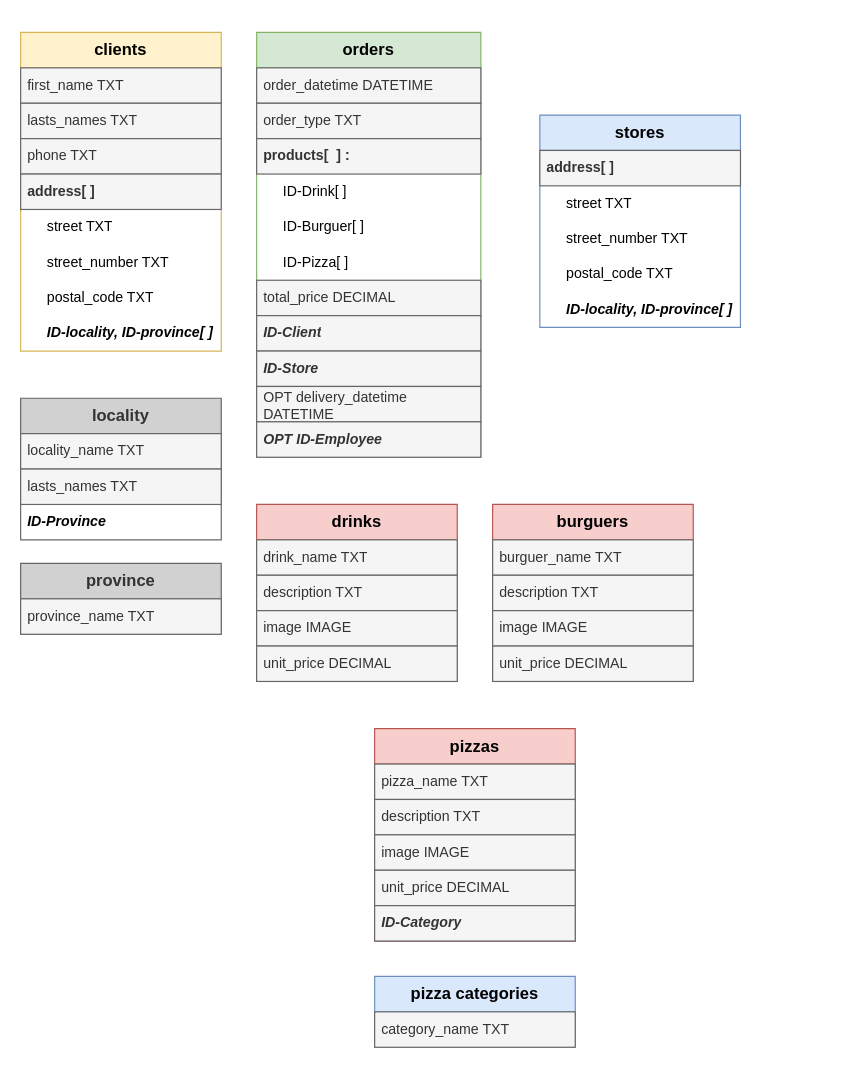
Earlier version of the draw.io diagram T3_mongodb/modelPizzeria.drawio (carlajuani/Sprint2). Source tidied: cells renumbered, new cells numbered last; positions are measured from the earlier drawing's top-left corner, leaving out a move shared by most shapes. Both pictures are drawn from the tidied source at 118%, with x=0, y=0 at pixel (20, 32).
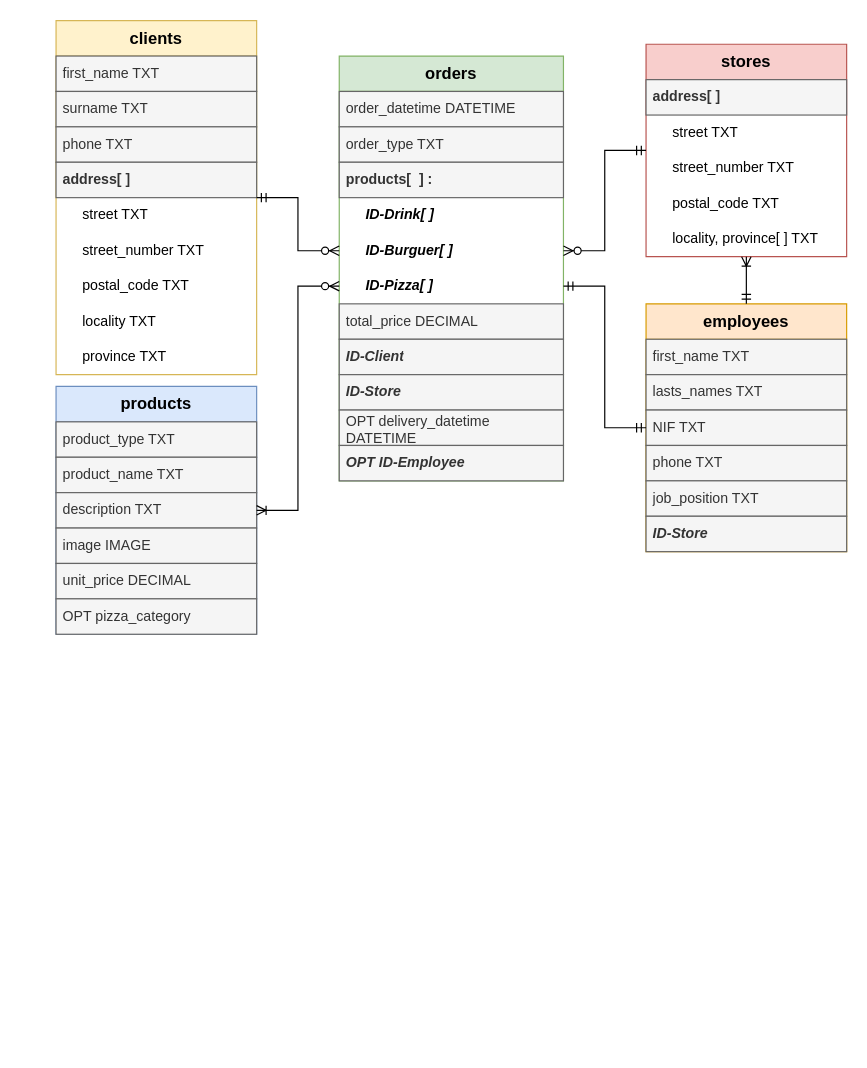
The same diagram, later.

The edit, as a diff of the source:
```diff
@@
     <mxCell id="2" value="&lt;font style=&quot;font-size: 14px;&quot;&gt;&lt;b&gt;clients&lt;/b&gt;&lt;/font&gt;" style="swimlane;fontStyle=0;horizontal=1;startSize=30;whiteSpace=wrap;html=1;fillColor=#fff2cc;strokeColor=#d6b656;" parent="1" vertex="1">
-      <mxGeometry width="170" height="270" as="geometry" />
+      <mxGeometry x="30" y="-10" width="170" height="300" as="geometry" />
     </mxCell>
@@
-    <mxCell id="4" value="&lt;div&gt;lasts_names TXT&lt;/div&gt;" style="text;strokeColor=#666666;fillColor=#f5f5f5;align=left;verticalAlign=middle;spacingLeft=4;spacingRight=4;overflow=hidden;whiteSpace=wrap;html=1;fontColor=#333333;" parent="2" vertex="1">
+    <mxCell id="4" value="&lt;div&gt;surname TXT&lt;/div&gt;" style="text;strokeColor=#666666;fillColor=#f5f5f5;align=left;verticalAlign=middle;spacingLeft=4;spacingRight=4;overflow=hidden;whiteSpace=wrap;html=1;fontColor=#333333;" parent="2" vertex="1">
       <mxGeometry y="60" width="170" height="30" as="geometry" />
     </mxCell>
@@
-    <mxCell id="10" value="&amp;nbsp;&amp;nbsp;&amp;nbsp;&amp;nbsp; &lt;i&gt;&lt;b&gt;ID-locality, ID-province[ ]&lt;/b&gt;&lt;/i&gt;" style="text;align=left;verticalAlign=middle;spacingLeft=4;spacingRight=4;overflow=hidden;whiteSpace=wrap;html=1;" parent="2" vertex="1">
+    <mxCell id="10" value="&amp;nbsp;&amp;nbsp;&amp;nbsp;&amp;nbsp; locality TXT" style="text;align=left;verticalAlign=middle;spacingLeft=4;spacingRight=4;overflow=hidden;whiteSpace=wrap;html=1;" parent="2" vertex="1">
       <mxGeometry y="240" width="170" height="30" as="geometry" />
     </mxCell>
+    <mxCell id="53" value="&amp;nbsp;&amp;nbsp;&amp;nbsp;&amp;nbsp; province TXT" style="text;align=left;verticalAlign=middle;spacingLeft=4;spacingRight=4;overflow=hidden;whiteSpace=wrap;html=1;" parent="2" vertex="1">
+      <mxGeometry y="270" width="170" height="30" as="geometry" />
+    </mxCell>
     <mxCell id="11" value="&lt;font size=&quot;1&quot;&gt;&lt;b style=&quot;font-size: 14px;&quot;&gt;orders&lt;/b&gt;&lt;/font&gt;" style="swimlane;fontStyle=0;horizontal=1;startSize=30;whiteSpace=wrap;html=1;fillColor=#d5e8d4;strokeColor=#82b366;" parent="1" vertex="1">
-      <mxGeometry x="200" width="190" height="360" as="geometry" />
+      <mxGeometry x="270" y="20" width="190" height="360" as="geometry" />
     </mxCell>
@@
-    <mxCell id="15" value="&amp;nbsp;&amp;nbsp;&amp;nbsp;&amp;nbsp; ID-Drink[ ]" style="text;align=left;verticalAlign=middle;spacingLeft=4;spacingRight=4;overflow=hidden;whiteSpace=wrap;html=1;" parent="11" vertex="1">
+    <mxCell id="15" value="&lt;b&gt;&lt;i&gt;&amp;nbsp;&amp;nbsp;&amp;nbsp;&amp;nbsp; ID-Drink[ ]&lt;/i&gt;&lt;/b&gt;" style="text;align=left;verticalAlign=middle;spacingLeft=4;spacingRight=4;overflow=hidden;whiteSpace=wrap;html=1;" parent="11" vertex="1">
       <mxGeometry y="120" width="190" height="30" as="geometry" />
     </mxCell>
-    <mxCell id="16" value="&amp;nbsp;&amp;nbsp;&amp;nbsp;&amp;nbsp; ID-Burguer[ ]" style="text;align=left;verticalAlign=middle;spacingLeft=4;spacingRight=4;overflow=hidden;points=[[0,0.5],[1,0.5]];portConstraint=eastwest;whiteSpace=wrap;html=1;" parent="11" vertex="1">
+    <mxCell id="16" value="&lt;b&gt;&lt;i&gt;&amp;nbsp;&amp;nbsp;&amp;nbsp;&amp;nbsp; ID-Burguer[ ]&lt;/i&gt;&lt;/b&gt;" style="text;align=left;verticalAlign=middle;spacingLeft=4;spacingRight=4;overflow=hidden;points=[[0,0.5],[1,0.5]];portConstraint=eastwest;whiteSpace=wrap;html=1;" parent="11" vertex="1">
       <mxGeometry y="150" width="190" height="30" as="geometry" />
     </mxCell>
-    <mxCell id="17" value="&amp;nbsp;&amp;nbsp;&amp;nbsp;&amp;nbsp; ID-Pizza[ ]" style="text;align=left;verticalAlign=middle;spacingLeft=4;spacingRight=4;overflow=hidden;points=[[0,0.5],[1,0.5]];portConstraint=eastwest;whiteSpace=wrap;html=1;" parent="11" vertex="1">
+    <mxCell id="17" value="&lt;b&gt;&lt;i&gt;&amp;nbsp;&amp;nbsp;&amp;nbsp;&amp;nbsp; ID-Pizza[ ]&lt;/i&gt;&lt;/b&gt;" style="text;align=left;verticalAlign=middle;spacingLeft=4;spacingRight=4;overflow=hidden;points=[[0,0.5],[1,0.5]];portConstraint=eastwest;whiteSpace=wrap;html=1;" parent="11" vertex="1">
       <mxGeometry y="180" width="190" height="30" as="geometry" />
     </mxCell>
@@
-    <mxCell id="23" value="&lt;font style=&quot;font-size: 14px;&quot;&gt;&lt;b&gt;locality&lt;/b&gt;&lt;/font&gt;" style="swimlane;fontStyle=0;horizontal=1;startSize=30;whiteSpace=wrap;html=1;fillColor=#D1D1D1;strokeColor=#666666;fontColor=#333333;" parent="1" vertex="1">
-      <mxGeometry y="310" width="170" height="120" as="geometry" />
-    </mxCell>
-    <mxCell id="24" value="locality_name TXT" style="text;strokeColor=#666666;fillColor=#f5f5f5;align=left;verticalAlign=middle;spacingLeft=4;spacingRight=4;overflow=hidden;whiteSpace=wrap;html=1;fontColor=#333333;" parent="23" vertex="1">
-      <mxGeometry y="30" width="170" height="30" as="geometry" />
-    </mxCell>
-    <mxCell id="25" value="&lt;div&gt;lasts_names TXT&lt;/div&gt;" style="text;strokeColor=#666666;fillColor=#f5f5f5;align=left;verticalAlign=middle;spacingLeft=4;spacingRight=4;overflow=hidden;whiteSpace=wrap;html=1;fontColor=#333333;" parent="23" vertex="1">
-      <mxGeometry y="60" width="170" height="30" as="geometry" />
-    </mxCell>
-    <mxCell id="26" value="&lt;i&gt;&lt;b&gt;ID-Province&lt;br&gt;&lt;/b&gt;&lt;/i&gt;" style="text;align=left;verticalAlign=middle;spacingLeft=4;spacingRight=4;overflow=hidden;whiteSpace=wrap;html=1;" parent="23" vertex="1">
-      <mxGeometry y="90" width="170" height="30" as="geometry" />
-    </mxCell>
-    <mxCell id="27" value="&lt;font style=&quot;font-size: 14px;&quot;&gt;&lt;b&gt;province&lt;/b&gt;&lt;/font&gt;" style="swimlane;fontStyle=0;horizontal=1;startSize=30;whiteSpace=wrap;html=1;fillColor=#D1D1D1;strokeColor=#666666;fontColor=#333333;" parent="1" vertex="1">
-      <mxGeometry y="450" width="170" height="60" as="geometry" />
-    </mxCell>
-    <mxCell id="28" value="province_name TXT" style="text;strokeColor=#666666;fillColor=#f5f5f5;align=left;verticalAlign=middle;spacingLeft=4;spacingRight=4;overflow=hidden;whiteSpace=wrap;html=1;fontColor=#333333;" parent="27" vertex="1">
-      <mxGeometry y="30" width="170" height="30" as="geometry" />
-    </mxCell>
-    <mxCell id="29" value="&lt;font size=&quot;1&quot;&gt;&lt;b style=&quot;font-size: 14px;&quot;&gt;drinks&lt;/b&gt;&lt;/font&gt;" style="swimlane;fontStyle=0;horizontal=1;startSize=30;whiteSpace=wrap;html=1;fillColor=#f8cecc;strokeColor=#b85450;" parent="1" vertex="1">
-      <mxGeometry x="200" y="400" width="170" height="150" as="geometry" />
-    </mxCell>
-    <mxCell id="30" value="drink_name TXT" style="text;strokeColor=#666666;fillColor=#f5f5f5;align=left;verticalAlign=middle;spacingLeft=4;spacingRight=4;overflow=hidden;whiteSpace=wrap;html=1;fontColor=#333333;" parent="29" vertex="1">
-      <mxGeometry y="30" width="170" height="30" as="geometry" />
-    </mxCell>
-    <mxCell id="31" value="description TXT" style="text;strokeColor=#666666;fillColor=#f5f5f5;align=left;verticalAlign=middle;spacingLeft=4;spacingRight=4;overflow=hidden;whiteSpace=wrap;html=1;fontColor=#333333;" parent="29" vertex="1">
-      <mxGeometry y="60" width="170" height="30" as="geometry" />
-    </mxCell>
-    <mxCell id="32" value="image IMAGE" style="text;strokeColor=#666666;fillColor=#f5f5f5;align=left;verticalAlign=middle;spacingLeft=4;spacingRight=4;overflow=hidden;whiteSpace=wrap;html=1;fontColor=#333333;" parent="29" vertex="1">
-      <mxGeometry y="90" width="170" height="30" as="geometry" />
-    </mxCell>
-    <mxCell id="33" value="unit_price DECIMAL" style="text;strokeColor=#666666;fillColor=#f5f5f5;align=left;verticalAlign=middle;spacingLeft=4;spacingRight=4;overflow=hidden;whiteSpace=wrap;html=1;fontColor=#333333;" parent="29" vertex="1">
-      <mxGeometry y="120" width="170" height="30" as="geometry" />
-    </mxCell>
-    <mxCell id="34" value="&lt;font style=&quot;font-size: 14px;&quot;&gt;&lt;b&gt;burguers&lt;/b&gt;&lt;/font&gt;" style="swimlane;fontStyle=0;horizontal=1;startSize=30;whiteSpace=wrap;html=1;fillColor=#f8cecc;strokeColor=#b85450;" parent="1" vertex="1">
-      <mxGeometry x="400" y="400" width="170" height="150" as="geometry" />
-    </mxCell>
-    <mxCell id="35" value="burguer_name TXT" style="text;strokeColor=#666666;fillColor=#f5f5f5;align=left;verticalAlign=middle;spacingLeft=4;spacingRight=4;overflow=hidden;whiteSpace=wrap;html=1;fontColor=#333333;" parent="34" vertex="1">
-      <mxGeometry y="30" width="170" height="30" as="geometry" />
-    </mxCell>
-    <mxCell id="36" value="description TXT" style="text;strokeColor=#666666;fillColor=#f5f5f5;align=left;verticalAlign=middle;spacingLeft=4;spacingRight=4;overflow=hidden;whiteSpace=wrap;html=1;fontColor=#333333;" parent="34" vertex="1">
-      <mxGeometry y="60" width="170" height="30" as="geometry" />
-    </mxCell>
-    <mxCell id="37" value="image IMAGE" style="text;strokeColor=#666666;fillColor=#f5f5f5;align=left;verticalAlign=middle;spacingLeft=4;spacingRight=4;overflow=hidden;whiteSpace=wrap;html=1;fontColor=#333333;" parent="34" vertex="1">
-      <mxGeometry y="90" width="170" height="30" as="geometry" />
-    </mxCell>
-    <mxCell id="38" value="unit_price DECIMAL" style="text;strokeColor=#666666;fillColor=#f5f5f5;align=left;verticalAlign=middle;spacingLeft=4;spacingRight=4;overflow=hidden;whiteSpace=wrap;html=1;fontColor=#333333;" parent="34" vertex="1">
-      <mxGeometry y="120" width="170" height="30" as="geometry" />
-    </mxCell>
-    <mxCell id="39" value="&lt;font size=&quot;1&quot;&gt;&lt;b style=&quot;font-size: 14px;&quot;&gt;pizzas&lt;/b&gt;&lt;/font&gt;" style="swimlane;fontStyle=0;horizontal=1;startSize=30;whiteSpace=wrap;html=1;fillColor=#f8cecc;strokeColor=#b85450;" parent="1" vertex="1">
-      <mxGeometry x="300" y="590" width="170" height="180" as="geometry" />
+    <mxCell id="39" value="&lt;font style=&quot;font-size: 14px;&quot;&gt;&lt;b&gt;&lt;font style=&quot;font-size: 14px;&quot;&gt;products&lt;/font&gt;&lt;/b&gt;&lt;/font&gt;" style="swimlane;fontStyle=0;horizontal=1;startSize=30;whiteSpace=wrap;html=1;fillColor=#dae8fc;strokeColor=#6c8ebf;" parent="1" vertex="1">
+      <mxGeometry x="30" y="300" width="170" height="210" as="geometry" />
     </mxCell>
-    <mxCell id="40" value="pizza_name TXT" style="text;strokeColor=#666666;fillColor=#f5f5f5;align=left;verticalAlign=middle;spacingLeft=4;spacingRight=4;overflow=hidden;whiteSpace=wrap;html=1;fontColor=#333333;" parent="39" vertex="1">
+    <mxCell id="40" value="product_type TXT" style="text;strokeColor=#666666;fillColor=#f5f5f5;align=left;verticalAlign=middle;spacingLeft=4;spacingRight=4;overflow=hidden;whiteSpace=wrap;html=1;fontColor=#333333;" parent="39" vertex="1">
       <mxGeometry y="30" width="170" height="30" as="geometry" />
     </mxCell>
+    <mxCell id="54" value="product_name TXT" style="text;strokeColor=#666666;fillColor=#f5f5f5;align=left;verticalAlign=middle;spacingLeft=4;spacingRight=4;overflow=hidden;whiteSpace=wrap;html=1;fontColor=#333333;" parent="39" vertex="1">
+      <mxGeometry y="60" width="170" height="30" as="geometry" />
+    </mxCell>
     <mxCell id="41" value="description TXT" style="text;strokeColor=#666666;fillColor=#f5f5f5;align=left;verticalAlign=middle;spacingLeft=4;spacingRight=4;overflow=hidden;whiteSpace=wrap;html=1;fontColor=#333333;" parent="39" vertex="1">
-      <mxGeometry y="60" width="170" height="30" as="geometry" />
+      <mxGeometry y="90" width="170" height="30" as="geometry" />
     </mxCell>
     <mxCell id="42" value="image IMAGE" style="text;strokeColor=#666666;fillColor=#f5f5f5;align=left;verticalAlign=middle;spacingLeft=4;spacingRight=4;overflow=hidden;whiteSpace=wrap;html=1;fontColor=#333333;" parent="39" vertex="1">
-      <mxGeometry y="90" width="170" height="30" as="geometry" />
+      <mxGeometry y="120" width="170" height="30" as="geometry" />
     </mxCell>
     <mxCell id="43" value="unit_price DECIMAL" style="text;strokeColor=#666666;fillColor=#f5f5f5;align=left;verticalAlign=middle;spacingLeft=4;spacingRight=4;overflow=hidden;whiteSpace=wrap;html=1;fontColor=#333333;" parent="39" vertex="1">
-      <mxGeometry y="120" width="170" height="30" as="geometry" />
+      <mxGeometry y="150" width="170" height="30" as="geometry" />
     </mxCell>
-    <mxCell id="44" value="&lt;i&gt;&lt;b&gt;ID-Category&lt;/b&gt;&lt;/i&gt;" style="text;strokeColor=#666666;fillColor=#f5f5f5;align=left;verticalAlign=middle;spacingLeft=4;spacingRight=4;overflow=hidden;whiteSpace=wrap;html=1;fontColor=#333333;" parent="39" vertex="1">
-      <mxGeometry y="150" width="170" height="30" as="geometry" />
+    <mxCell id="44" value="OPT pizza_category" style="text;strokeColor=#666666;fillColor=#f5f5f5;align=left;verticalAlign=middle;spacingLeft=4;spacingRight=4;overflow=hidden;whiteSpace=wrap;html=1;fontColor=#333333;" parent="39" vertex="1">
+      <mxGeometry y="180" width="170" height="30" as="geometry" />
     </mxCell>
-    <mxCell id="45" value="&lt;font size=&quot;1&quot;&gt;&lt;b style=&quot;font-size: 14px;&quot;&gt;pizza categories&lt;br&gt;&lt;/b&gt;&lt;/font&gt;" style="swimlane;fontStyle=0;horizontal=1;startSize=30;whiteSpace=wrap;html=1;fillColor=#dae8fc;strokeColor=#6c8ebf;" parent="1" vertex="1">
-      <mxGeometry x="300" y="800" width="170" height="60" as="geometry" />
-    </mxCell>
-    <mxCell id="46" value="category_name TXT" style="text;strokeColor=#666666;fillColor=#f5f5f5;align=left;verticalAlign=middle;spacingLeft=4;spacingRight=4;overflow=hidden;whiteSpace=wrap;html=1;fontColor=#333333;" parent="45" vertex="1">
-      <mxGeometry y="30" width="170" height="30" as="geometry" />
-    </mxCell>
-    <mxCell id="47" value="&lt;font size=&quot;1&quot;&gt;&lt;b style=&quot;font-size: 14px;&quot;&gt;stores&lt;/b&gt;&lt;/font&gt;" style="swimlane;fontStyle=0;horizontal=1;startSize=30;whiteSpace=wrap;html=1;fillColor=#dae8fc;strokeColor=#6c8ebf;" parent="1" vertex="1">
-      <mxGeometry x="440" y="70" width="170" height="180" as="geometry" />
+    <mxCell id="47" value="&lt;font size=&quot;1&quot;&gt;&lt;b style=&quot;font-size: 14px;&quot;&gt;stores&lt;/b&gt;&lt;/font&gt;" style="swimlane;fontStyle=0;horizontal=1;startSize=30;whiteSpace=wrap;html=1;fillColor=#f8cecc;strokeColor=#b85450;" parent="1" vertex="1">
+      <mxGeometry x="530" y="10" width="170" height="180" as="geometry" />
     </mxCell>
@@
-    <mxCell id="52" value="&amp;nbsp;&amp;nbsp;&amp;nbsp;&amp;nbsp; &lt;i&gt;&lt;b&gt;ID-locality, ID-province[ ]&lt;/b&gt;&lt;/i&gt;" style="text;align=left;verticalAlign=middle;spacingLeft=4;spacingRight=4;overflow=hidden;whiteSpace=wrap;html=1;" parent="47" vertex="1">
+    <mxCell id="52" value="&amp;nbsp;&amp;nbsp;&amp;nbsp;&amp;nbsp; locality, province[ ] TXT" style="text;align=left;verticalAlign=middle;spacingLeft=4;spacingRight=4;overflow=hidden;whiteSpace=wrap;html=1;" parent="47" vertex="1">
       <mxGeometry y="150" width="170" height="30" as="geometry" />
     </mxCell>
+    <mxCell id="55" value="&lt;font size=&quot;1&quot;&gt;&lt;b style=&quot;font-size: 14px;&quot;&gt;employees&lt;/b&gt;&lt;/font&gt;" style="swimlane;fontStyle=0;horizontal=1;startSize=30;whiteSpace=wrap;html=1;fillColor=#ffe6cc;strokeColor=#d79b00;" parent="1" vertex="1">
+      <mxGeometry x="530" y="230" width="170" height="210" as="geometry" />
+    </mxCell>
+    <mxCell id="56" value="first_name TXT" style="text;strokeColor=#666666;fillColor=#f5f5f5;align=left;verticalAlign=middle;spacingLeft=4;spacingRight=4;overflow=hidden;whiteSpace=wrap;html=1;fontColor=#333333;" parent="55" vertex="1">
+      <mxGeometry y="30" width="170" height="30" as="geometry" />
+    </mxCell>
+    <mxCell id="25" value="&lt;div&gt;lasts_names TXT&lt;/div&gt;" style="text;strokeColor=#666666;fillColor=#f5f5f5;align=left;verticalAlign=middle;spacingLeft=4;spacingRight=4;overflow=hidden;whiteSpace=wrap;html=1;fontColor=#333333;" parent="55" vertex="1">
+      <mxGeometry y="60" width="170" height="30" as="geometry" />
+    </mxCell>
+    <mxCell id="57" value="NIF TXT" style="text;strokeColor=#666666;fillColor=#f5f5f5;align=left;verticalAlign=middle;spacingLeft=4;spacingRight=4;overflow=hidden;whiteSpace=wrap;html=1;fontColor=#333333;" parent="55" vertex="1">
+      <mxGeometry y="90" width="170" height="30" as="geometry" />
+    </mxCell>
+    <mxCell id="58" value="phone TXT" style="text;strokeColor=#666666;fillColor=#f5f5f5;align=left;verticalAlign=middle;spacingLeft=4;spacingRight=4;overflow=hidden;whiteSpace=wrap;html=1;fontColor=#333333;" parent="55" vertex="1">
+      <mxGeometry y="120" width="170" height="30" as="geometry" />
+    </mxCell>
+    <mxCell id="59" value="job_position TXT" style="text;strokeColor=#666666;fillColor=#f5f5f5;align=left;verticalAlign=middle;spacingLeft=4;spacingRight=4;overflow=hidden;whiteSpace=wrap;html=1;fontColor=#333333;" parent="55" vertex="1">
+      <mxGeometry y="150" width="170" height="30" as="geometry" />
+    </mxCell>
+    <mxCell id="60" value="&lt;b&gt;&lt;i&gt;ID-Store&lt;br&gt;&lt;/i&gt;&lt;/b&gt;" style="text;align=left;verticalAlign=middle;spacingLeft=4;spacingRight=4;overflow=hidden;whiteSpace=wrap;html=1;fillColor=#f5f5f5;fontColor=#333333;strokeColor=#666666;" parent="55" vertex="1">
+      <mxGeometry y="180" width="170" height="30" as="geometry" />
+    </mxCell>
+    <mxCell id="61" style="edgeStyle=orthogonalEdgeStyle;fontSize=12;html=1;endArrow=ERoneToMany;startArrow=ERmandOne;rounded=0;" parent="1" edge="1" source="55" target="47">
+      <mxGeometry relative="1" as="geometry" />
+    </mxCell>
+    <mxCell id="62" style="edgeStyle=orthogonalEdgeStyle;fontSize=12;html=1;endArrow=ERzeroToMany;startArrow=ERmandOne;rounded=0;" parent="1" edge="1" source="2" target="16">
+      <mxGeometry relative="1" as="geometry" />
+    </mxCell>
+    <mxCell id="63" style="edgeStyle=orthogonalEdgeStyle;fontSize=12;html=1;endArrow=ERoneToMany;startArrow=ERzeroToMany;rounded=0;entryX=1;entryY=0.5;entryDx=0;entryDy=0;exitX=0;exitY=0.5;exitDx=0;exitDy=0;" parent="1" edge="1" source="17" target="39">
+      <mxGeometry relative="1" as="geometry" />
+    </mxCell>
+    <mxCell id="64" style="edgeStyle=orthogonalEdgeStyle;fontSize=12;html=1;endArrow=ERzeroToMany;startArrow=ERmandOne;rounded=0;entryX=1;entryY=0.5;entryDx=0;entryDy=0;" parent="1" edge="1" source="47" target="16">
+      <mxGeometry relative="1" as="geometry" />
+    </mxCell>
+    <mxCell id="65" style="edgeStyle=orthogonalEdgeStyle;fontSize=12;html=1;endArrow=ERmandOne;startArrow=ERmandOne;rounded=0;exitX=1;exitY=0.5;exitDx=0;exitDy=0;" parent="1" edge="1" source="17" target="55">
+      <mxGeometry relative="1" as="geometry" />
+    </mxCell>
```
